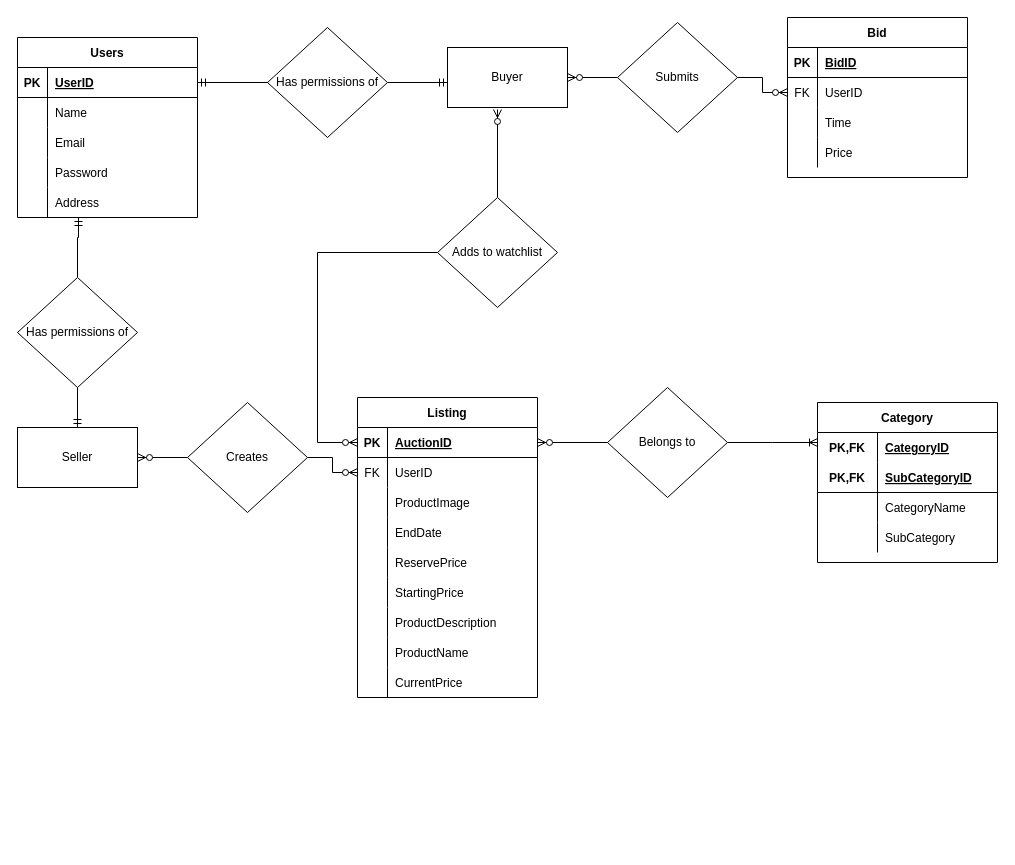
rwshaw/Auction-Website keeps this draw.io diagram as page "Rob" (3 of 4) of Auction Site ERD.drawio. Above is the earlier version. Source tidied: cells renumbered, new cells numbered last; positions are measured from the earlier drawing's top-left corner, leaving out a move shared by most shapes. Both pictures are drawn from the tidied source at 100%, with x=0, y=0 at pixel (17, 17).
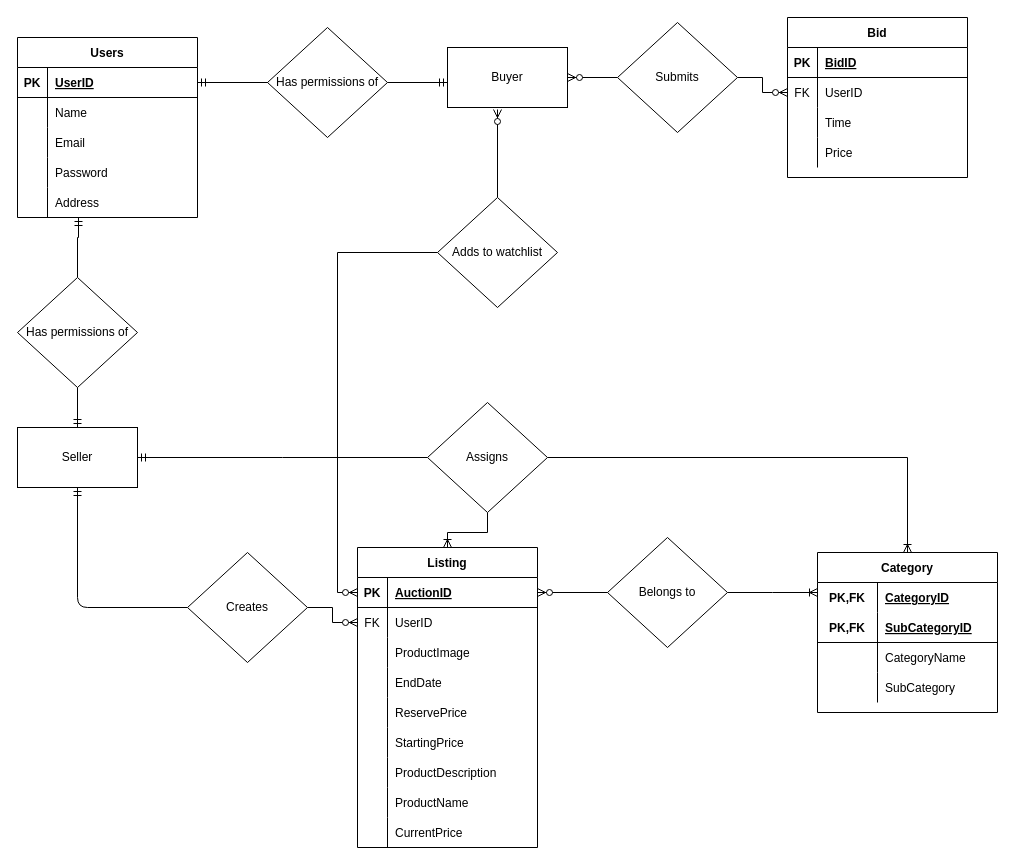
The same diagram, later.

The change refers to these unchanged cells:
```xml
<mxCell id="40" value="Seller" style="rounded=0;whiteSpace=wrap;html=1;" parent="1" vertex="1">
  <mxGeometry y="410" width="120" height="60" as="geometry" />
</mxCell>
<mxCell id="46" style="shape=partialRectangle;fillColor=none;top=0;left=0;bottom=1;right=0;points=[[0,0.5],[1,0.5]];portConstraint=eastwest;" parent="45" vertex="1">
  <mxGeometry y="30" width="180" height="30" as="geometry" />
</mxCell>
<mxCell id="91" value="Adds to watchlist" style="rhombus;whiteSpace=wrap;html=1;" parent="1" vertex="1">
  <mxGeometry x="420" y="180" width="120" height="110" as="geometry" />
</mxCell>
```

What changed in the source:
```diff
@@
+    <mxCell id="92" style="edgeStyle=orthogonalEdgeStyle;rounded=0;jettySize=auto;html=1;endArrow=none;endFill=0;startArrow=ERmandOne;startFill=0;" parent="1" edge="1" source="40">
+      <mxGeometry relative="1" as="geometry">
+        <mxPoint x="410" y="440" as="targetPoint" />
+      </mxGeometry>
+    </mxCell>
@@
-    <mxCell id="42" style="endArrow=ERzeroToMany;html=1;entryX=1;entryY=0.5;entryDx=0;entryDy=0;startArrow=none;startFill=0;endFill=1;" parent="1" edge="1" target="40">
+    <mxCell id="42" style="endArrow=ERmandOne;html=1;entryX=0.5;entryY=1;entryDx=0;entryDy=0;startArrow=none;startFill=0;endFill=0;exitX=0;exitY=0.5;exitDx=0;exitDy=0;" parent="1" edge="1" source="44" target="40">
       <mxGeometry relative="1" as="geometry">
-        <mxPoint x="170" y="440" as="sourcePoint" />
+        <Array as="points">
+          <mxPoint x="60" y="590" />
+        </Array>
       </mxGeometry>
     </mxCell>
@@
     <mxCell id="44" value="Creates" style="rhombus;whiteSpace=wrap;html=1;" parent="1" vertex="1">
-      <mxGeometry x="170" y="385" width="120" height="110" as="geometry" />
+      <mxGeometry x="170" y="535" width="120" height="110" as="geometry" />
     </mxCell>
     <mxCell id="45" value="Listing" style="shape=table;startSize=30;childLayout=tableLayout;rowLines=0;fontStyle=1;align=center;" parent="1" vertex="1">
-      <mxGeometry x="340" y="380" width="180" height="300" as="geometry" />
+      <mxGeometry x="340" y="530" width="180" height="300" as="geometry" />
     </mxCell>
@@
     <mxCell id="73" style="edgeStyle=orthogonalEdgeStyle;rounded=0;jettySize=auto;html=1;startArrow=none;startFill=0;endArrow=ERoneToMany;endFill=0;" parent="1" edge="1" source="74">
       <mxGeometry relative="1" as="geometry">
-        <mxPoint x="800" y="425" as="targetPoint" />
+        <mxPoint x="800" y="575" as="targetPoint" />
       </mxGeometry>
     </mxCell>
     <mxCell id="74" value="Belongs to" style="rhombus;whiteSpace=wrap;html=1;" parent="1" vertex="1">
-      <mxGeometry x="590" y="370" width="120" height="110" as="geometry" />
+      <mxGeometry x="590" y="520" width="120" height="110" as="geometry" />
     </mxCell>
@@
     <mxCell id="76" value="Category" style="shape=table;startSize=30;childLayout=tableLayout;rowLines=0;fontStyle=1;align=center;" parent="1" vertex="1">
-      <mxGeometry x="800" y="385" width="180" height="160" as="geometry" />
+      <mxGeometry x="800" y="535" width="180" height="160" as="geometry" />
     </mxCell>
@@
     <mxCell id="90" style="edgeStyle=orthogonalEdgeStyle;rounded=0;jettySize=auto;html=1;startArrow=none;startFill=0;endArrow=ERzeroToMany;endFill=1;entryX=0;entryY=0.5;entryDx=0;entryDy=0;" parent="1" edge="1" source="91" target="46">
       <mxGeometry relative="1" as="geometry">
         <Array as="points">
-          <mxPoint x="300" y="235" />
-          <mxPoint x="300" y="425" />
+          <mxPoint x="320" y="235" />
+          <mxPoint x="320" y="575" />
         </Array>
       </mxGeometry>
     </mxCell>
@@
+    <mxCell id="93" style="edgeStyle=orthogonalEdgeStyle;rounded=0;jettySize=auto;html=1;startArrow=none;startFill=0;endArrow=ERoneToMany;endFill=0;" parent="1" edge="1" source="95" target="76">
+      <mxGeometry relative="1" as="geometry" />
+    </mxCell>
+    <mxCell id="94" style="edgeStyle=orthogonalEdgeStyle;rounded=0;jettySize=auto;html=1;startArrow=none;startFill=0;endArrow=ERoneToMany;endFill=0;" parent="1" edge="1" source="95" target="45">
+      <mxGeometry relative="1" as="geometry" />
+    </mxCell>
+    <mxCell id="95" value="Assigns" style="rhombus;whiteSpace=wrap;html=1;" parent="1" vertex="1">
+      <mxGeometry x="410" y="385" width="120" height="110" as="geometry" />
+    </mxCell>
```
